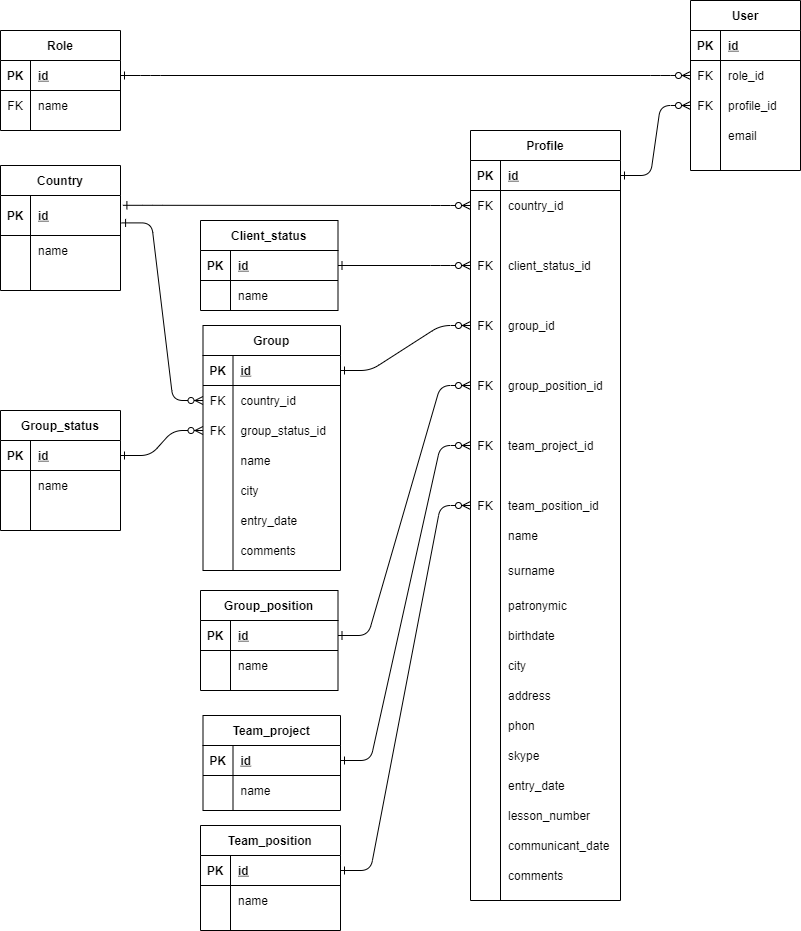
The draw.io diagram ER_ClientCRM.png in svslight/project_ClientCRM, before a commit. Source tidied: cells renumbered, new cells last; positions are measured from the earlier drawing's top-left corner, leaving out a move shared by most shapes.
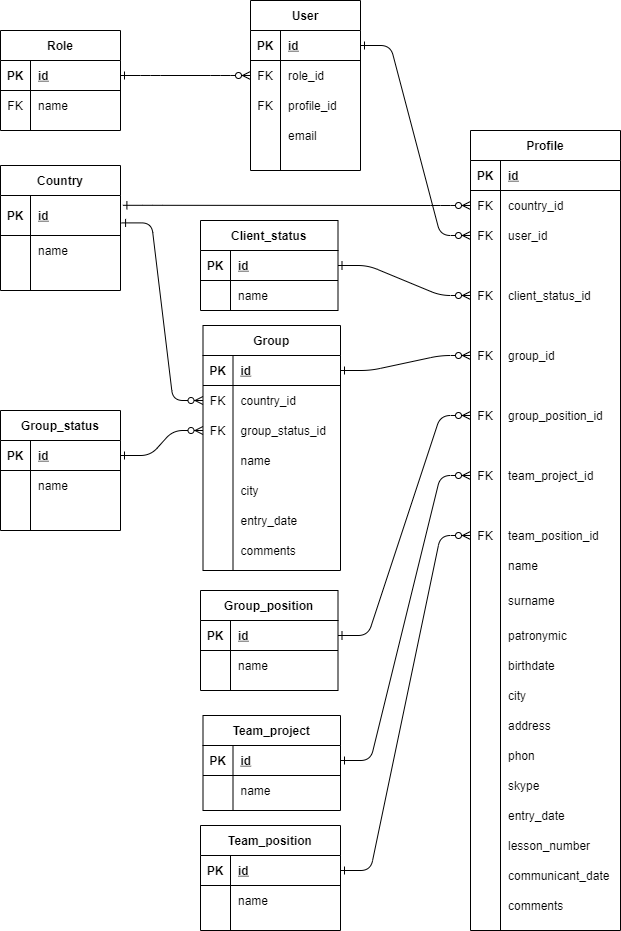
Later version of the same file.

Diff of the diagram source:
```diff
@@ -3,7 +3,7 @@
     <mxCell id="0" />
     <mxCell id="1" parent="0" />
     <mxCell id="2" value="Profile" style="shape=table;startSize=30;rowLines=0;fontStyle=1;align=center;" parent="1" vertex="1">
-      <mxGeometry x="470" y="130" width="150" height="770" as="geometry" />
+      <mxGeometry x="470" y="130" width="150" height="800" as="geometry" />
     </mxCell>
     <mxCell id="3" style="shape=partialRectangle;fillColor=none;points=[[0,0.5],[1,0.5]];portConstraint=eastwest;top=0;left=0;right=0;bottom=1;" parent="2" vertex="1">
       <mxGeometry y="30" width="150" height="30" as="geometry" />
@@ -23,8 +23,17 @@
     <mxCell id="8" value="country_id" style="shape=partialRectangle;overflow=hidden;fillColor=none;top=0;left=0;bottom=0;right=0;align=left;spacingLeft=6;" parent="6" vertex="1">
       <mxGeometry x="30" width="120" height="30" as="geometry" />
     </mxCell>
+    <mxCell id="169" style="shape=partialRectangle;fillColor=none;points=[[0,0.5],[1,0.5]];portConstraint=eastwest;top=0;left=0;right=0;bottom=0;" parent="2" vertex="1">
+      <mxGeometry y="90" width="150" height="30" as="geometry" />
+    </mxCell>
+    <mxCell id="170" value="FK" style="shape=partialRectangle;overflow=hidden;fillColor=none;top=0;left=0;bottom=0;right=0;" parent="169" vertex="1">
+      <mxGeometry width="30" height="30" as="geometry" />
+    </mxCell>
+    <mxCell id="171" value="user_id" style="shape=partialRectangle;overflow=hidden;fillColor=none;top=0;left=0;bottom=0;right=0;align=left;spacingLeft=6;" parent="169" vertex="1">
+      <mxGeometry x="30" width="120" height="30" as="geometry" />
+    </mxCell>
     <mxCell id="9" style="shape=partialRectangle;fillColor=none;top=0;left=0;right=0;bottom=0;" parent="2" vertex="1">
-      <mxGeometry y="90" width="150" height="30" as="geometry" />
+      <mxGeometry y="120" width="150" height="30" as="geometry" />
     </mxCell>
     <mxCell id="10" style="shape=partialRectangle;overflow=hidden;fillColor=none;top=0;left=0;bottom=0;right=0;" parent="9" vertex="1">
       <mxGeometry width="30" height="30" as="geometry" />
@@ -33,7 +42,7 @@
       <mxGeometry x="30" width="120" height="30" as="geometry" />
     </mxCell>
     <mxCell id="12" style="shape=partialRectangle;fillColor=none;points=[[0,0.5],[1,0.5]];portConstraint=eastwest;top=0;left=0;right=0;bottom=0;" parent="2" vertex="1">
-      <mxGeometry y="120" width="150" height="30" as="geometry" />
+      <mxGeometry y="150" width="150" height="30" as="geometry" />
     </mxCell>
     <mxCell id="13" value="FK" style="shape=partialRectangle;overflow=hidden;fillColor=none;top=0;left=0;bottom=0;right=0;" parent="12" vertex="1">
       <mxGeometry width="30" height="30" as="geometry" />
@@ -42,7 +51,7 @@
       <mxGeometry x="30" width="120" height="30" as="geometry" />
     </mxCell>
     <mxCell id="15" style="shape=partialRectangle;fillColor=none;top=0;left=0;right=0;bottom=0;" parent="2" vertex="1">
-      <mxGeometry y="150" width="150" height="30" as="geometry" />
+      <mxGeometry y="180" width="150" height="30" as="geometry" />
     </mxCell>
     <mxCell id="16" style="shape=partialRectangle;overflow=hidden;fillColor=none;top=0;left=0;bottom=0;right=0;" parent="15" vertex="1">
       <mxGeometry width="30" height="30" as="geometry" />
@@ -51,7 +60,7 @@
       <mxGeometry x="30" width="120" height="30" as="geometry" />
     </mxCell>
     <mxCell id="18" style="shape=partialRectangle;fillColor=none;points=[[0,0.5],[1,0.5]];portConstraint=eastwest;top=0;left=0;right=0;bottom=0;" parent="2" vertex="1">
-      <mxGeometry y="180" width="150" height="30" as="geometry" />
+      <mxGeometry y="210" width="150" height="30" as="geometry" />
     </mxCell>
     <mxCell id="19" value="FK" style="shape=partialRectangle;overflow=hidden;fillColor=none;top=0;left=0;bottom=0;right=0;" parent="18" vertex="1">
       <mxGeometry width="30" height="30" as="geometry" />
@@ -60,7 +69,7 @@
       <mxGeometry x="30" width="120" height="30" as="geometry" />
     </mxCell>
     <mxCell id="21" style="shape=partialRectangle;fillColor=none;top=0;left=0;right=0;bottom=0;" parent="2" vertex="1">
-      <mxGeometry y="210" width="150" height="30" as="geometry" />
+      <mxGeometry y="240" width="150" height="30" as="geometry" />
     </mxCell>
     <mxCell id="22" style="shape=partialRectangle;overflow=hidden;fillColor=none;top=0;left=0;bottom=0;right=0;" parent="21" vertex="1">
       <mxGeometry width="30" height="30" as="geometry" />
@@ -69,7 +78,7 @@
       <mxGeometry x="30" width="120" height="30" as="geometry" />
     </mxCell>
     <mxCell id="24" style="shape=partialRectangle;fillColor=none;points=[[0,0.5],[1,0.5]];portConstraint=eastwest;top=0;left=0;right=0;bottom=0;" parent="2" vertex="1">
-      <mxGeometry y="240" width="150" height="30" as="geometry" />
+      <mxGeometry y="270" width="150" height="30" as="geometry" />
     </mxCell>
     <mxCell id="25" value="FK" style="shape=partialRectangle;overflow=hidden;fillColor=none;top=0;left=0;bottom=0;right=0;" parent="24" vertex="1">
       <mxGeometry width="30" height="30" as="geometry" />
@@ -78,7 +87,7 @@
       <mxGeometry x="30" width="120" height="30" as="geometry" />
     </mxCell>
     <mxCell id="27" style="shape=partialRectangle;fillColor=none;top=0;left=0;right=0;bottom=0;" parent="2" vertex="1">
-      <mxGeometry y="270" width="150" height="30" as="geometry" />
+      <mxGeometry y="300" width="150" height="30" as="geometry" />
     </mxCell>
     <mxCell id="28" style="shape=partialRectangle;overflow=hidden;fillColor=none;top=0;left=0;bottom=0;right=0;" parent="27" vertex="1">
       <mxGeometry width="30" height="30" as="geometry" />
@@ -87,7 +96,7 @@
       <mxGeometry x="30" width="120" height="30" as="geometry" />
     </mxCell>
     <mxCell id="30" style="shape=partialRectangle;fillColor=none;points=[[0,0.5],[1,0.5]];portConstraint=eastwest;top=0;left=0;right=0;bottom=0;" parent="2" vertex="1">
-      <mxGeometry y="300" width="150" height="30" as="geometry" />
+      <mxGeometry y="330" width="150" height="30" as="geometry" />
     </mxCell>
     <mxCell id="31" value="FK" style="shape=partialRectangle;overflow=hidden;fillColor=none;top=0;left=0;bottom=0;right=0;" parent="30" vertex="1">
       <mxGeometry width="30" height="30" as="geometry" />
@@ -96,7 +105,7 @@
       <mxGeometry x="30" width="120" height="30" as="geometry" />
     </mxCell>
     <mxCell id="33" style="shape=partialRectangle;fillColor=none;top=0;left=0;right=0;bottom=0;" parent="2" vertex="1">
-      <mxGeometry y="330" width="150" height="30" as="geometry" />
+      <mxGeometry y="360" width="150" height="30" as="geometry" />
     </mxCell>
     <mxCell id="34" style="shape=partialRectangle;overflow=hidden;fillColor=none;top=0;left=0;bottom=0;right=0;" parent="33" vertex="1">
       <mxGeometry width="30" height="30" as="geometry" />
@@ -105,7 +114,7 @@
       <mxGeometry x="30" width="120" height="30" as="geometry" />
     </mxCell>
     <mxCell id="36" style="shape=partialRectangle;fillColor=none;points=[[0,0.5],[1,0.5]];portConstraint=eastwest;top=0;left=0;right=0;bottom=0;" parent="2" vertex="1">
-      <mxGeometry y="360" width="150" height="30" as="geometry" />
+      <mxGeometry y="390" width="150" height="30" as="geometry" />
     </mxCell>
     <mxCell id="37" value="FK" style="shape=partialRectangle;overflow=hidden;fillColor=none;top=0;left=0;bottom=0;right=0;" parent="36" vertex="1">
       <mxGeometry width="30" height="30" as="geometry" />
@@ -114,7 +123,7 @@
       <mxGeometry x="30" width="120" height="30" as="geometry" />
     </mxCell>
     <mxCell id="39" style="shape=partialRectangle;fillColor=none;top=0;left=0;right=0;bottom=0;" parent="2" vertex="1">
-      <mxGeometry y="390" width="150" height="30" as="geometry" />
+      <mxGeometry y="420" width="150" height="30" as="geometry" />
     </mxCell>
     <mxCell id="40" style="shape=partialRectangle;overflow=hidden;fillColor=none;top=0;left=0;bottom=0;right=0;" parent="39" vertex="1">
       <mxGeometry width="30" height="30" as="geometry" />
@@ -123,7 +132,7 @@
       <mxGeometry x="30" width="120" height="30" as="geometry" />
     </mxCell>
     <mxCell id="42" style="shape=partialRectangle;fillColor=none;top=0;left=0;right=0;bottom=0;" parent="2" vertex="1">
-      <mxGeometry y="420" width="150" height="40" as="geometry" />
+      <mxGeometry y="450" width="150" height="40" as="geometry" />
     </mxCell>
     <mxCell id="43" style="shape=partialRectangle;overflow=hidden;fillColor=none;top=0;left=0;bottom=0;right=0;" parent="42" vertex="1">
       <mxGeometry width="30" height="40" as="geometry" />
@@ -132,7 +141,7 @@
       <mxGeometry x="30" width="120" height="40" as="geometry" />
     </mxCell>
     <mxCell id="45" style="shape=partialRectangle;fillColor=none;top=0;left=0;right=0;bottom=0;" parent="2" vertex="1">
-      <mxGeometry y="460" width="150" height="30" as="geometry" />
+      <mxGeometry y="490" width="150" height="30" as="geometry" />
     </mxCell>
     <mxCell id="46" style="shape=partialRectangle;overflow=hidden;fillColor=none;top=0;left=0;bottom=0;right=0;" parent="45" vertex="1">
       <mxGeometry width="30" height="30" as="geometry" />
@@ -141,7 +150,7 @@
       <mxGeometry x="30" width="120" height="30" as="geometry" />
     </mxCell>
     <mxCell id="48" style="shape=partialRectangle;fillColor=none;top=0;left=0;right=0;bottom=0;" parent="2" vertex="1">
-      <mxGeometry y="490" width="150" height="30" as="geometry" />
+      <mxGeometry y="520" width="150" height="30" as="geometry" />
     </mxCell>
     <mxCell id="49" style="shape=partialRectangle;overflow=hidden;fillColor=none;top=0;left=0;bottom=0;right=0;" parent="48" vertex="1">
       <mxGeometry width="30" height="30" as="geometry" />
@@ -150,7 +159,7 @@
       <mxGeometry x="30" width="120" height="30" as="geometry" />
     </mxCell>
     <mxCell id="51" style="shape=partialRectangle;fillColor=none;top=0;left=0;right=0;bottom=0;" parent="2" vertex="1">
-      <mxGeometry y="520" width="150" height="30" as="geometry" />
+      <mxGeometry y="550" width="150" height="30" as="geometry" />
     </mxCell>
     <mxCell id="52" style="shape=partialRectangle;overflow=hidden;fillColor=none;top=0;left=0;bottom=0;right=0;" parent="51" vertex="1">
       <mxGeometry width="30" height="30" as="geometry" />
@@ -159,7 +168,7 @@
       <mxGeometry x="30" width="120" height="30" as="geometry" />
     </mxCell>
     <mxCell id="54" style="shape=partialRectangle;fillColor=none;top=0;left=0;right=0;bottom=0;" parent="2" vertex="1">
-      <mxGeometry y="550" width="150" height="30" as="geometry" />
+      <mxGeometry y="580" width="150" height="30" as="geometry" />
     </mxCell>
     <mxCell id="55" style="shape=partialRectangle;overflow=hidden;fillColor=none;top=0;left=0;bottom=0;right=0;" parent="54" vertex="1">
       <mxGeometry width="30" height="30" as="geometry" />
@@ -168,7 +177,7 @@
       <mxGeometry x="30" width="120" height="30" as="geometry" />
     </mxCell>
     <mxCell id="57" style="shape=partialRectangle;fillColor=none;top=0;left=0;right=0;bottom=0;" parent="2" vertex="1">
-      <mxGeometry y="580" width="150" height="30" as="geometry" />
+      <mxGeometry y="610" width="150" height="30" as="geometry" />
     </mxCell>
     <mxCell id="58" style="shape=partialRectangle;overflow=hidden;fillColor=none;top=0;left=0;bottom=0;right=0;" parent="57" vertex="1">
       <mxGeometry width="30" height="30" as="geometry" />
@@ -177,7 +186,7 @@
       <mxGeometry x="30" width="120" height="30" as="geometry" />
     </mxCell>
     <mxCell id="60" style="shape=partialRectangle;fillColor=none;top=0;left=0;right=0;bottom=0;" parent="2" vertex="1">
-      <mxGeometry y="610" width="150" height="30" as="geometry" />
+      <mxGeometry y="640" width="150" height="30" as="geometry" />
     </mxCell>
     <mxCell id="61" style="shape=partialRectangle;overflow=hidden;fillColor=none;top=0;left=0;bottom=0;right=0;" parent="60" vertex="1">
       <mxGeometry width="30" height="30" as="geometry" />
@@ -186,7 +195,7 @@
       <mxGeometry x="30" width="120" height="30" as="geometry" />
     </mxCell>
     <mxCell id="63" style="shape=partialRectangle;fillColor=none;top=0;left=0;right=0;bottom=0;" parent="2" vertex="1">
-      <mxGeometry y="640" width="150" height="30" as="geometry" />
+      <mxGeometry y="670" width="150" height="30" as="geometry" />
     </mxCell>
     <mxCell id="64" style="shape=partialRectangle;overflow=hidden;fillColor=none;top=0;left=0;bottom=0;right=0;" parent="63" vertex="1">
       <mxGeometry width="30" height="30" as="geometry" />
@@ -195,7 +204,7 @@
       <mxGeometry x="30" width="120" height="30" as="geometry" />
     </mxCell>
     <mxCell id="66" style="shape=partialRectangle;fillColor=none;top=0;left=0;right=0;bottom=0;" parent="2" vertex="1">
-      <mxGeometry y="670" width="150" height="30" as="geometry" />
+      <mxGeometry y="700" width="150" height="30" as="geometry" />
     </mxCell>
     <mxCell id="67" style="shape=partialRectangle;overflow=hidden;fillColor=none;top=0;left=0;bottom=0;right=0;" parent="66" vertex="1">
       <mxGeometry width="30" height="30" as="geometry" />
@@ -204,7 +213,7 @@
       <mxGeometry x="30" width="120" height="30" as="geometry" />
     </mxCell>
     <mxCell id="69" style="shape=partialRectangle;fillColor=none;top=0;left=0;right=0;bottom=0;" parent="2" vertex="1">
-      <mxGeometry y="700" width="150" height="30" as="geometry" />
+      <mxGeometry y="730" width="150" height="30" as="geometry" />
     </mxCell>
     <mxCell id="70" style="shape=partialRectangle;overflow=hidden;fillColor=none;top=0;left=0;bottom=0;right=0;" parent="69" vertex="1">
       <mxGeometry width="30" height="30" as="geometry" />
@@ -213,7 +222,7 @@
       <mxGeometry x="30" width="120" height="30" as="geometry" />
     </mxCell>
     <mxCell id="72" style="shape=partialRectangle;fillColor=none;top=0;left=0;right=0;bottom=0;" parent="2" vertex="1">
-      <mxGeometry y="730" width="150" height="30" as="geometry" />
+      <mxGeometry y="760" width="150" height="30" as="geometry" />
     </mxCell>
     <mxCell id="73" style="shape=partialRectangle;overflow=hidden;fillColor=none;top=0;left=0;bottom=0;right=0;" parent="72" vertex="1">
       <mxGeometry width="30" height="30" as="geometry" />
@@ -222,7 +231,7 @@
       <mxGeometry x="30" width="120" height="30" as="geometry" />
     </mxCell>
     <mxCell id="75" value="User" style="shape=table;startSize=30;rowLines=0;fontStyle=1;align=center;" parent="1" vertex="1">
-      <mxGeometry x="690" width="110" height="170" as="geometry" />
+      <mxGeometry x="250" width="110" height="170" as="geometry" />
     </mxCell>
     <mxCell id="76" style="shape=partialRectangle;fillColor=none;points=[[0,0.5],[1,0.5]];portConstraint=eastwest;top=0;left=0;right=0;bottom=1;" parent="75" vertex="1">
       <mxGeometry y="30" width="110" height="30" as="geometry" />
@@ -500,8 +509,8 @@
     <mxCell id="167" style="edgeStyle=entityRelationEdgeStyle;endArrow=ERzeroToMany;startArrow=ERone;endFill=1;startFill=0;entryX=0;entryY=0.5;entryDx=0;entryDy=0;exitX=1.02;exitY=0.245;exitDx=0;exitDy=0;exitPerimeter=0;" parent="1" edge="1" source="119" target="6">
       <mxGeometry relative="1" as="geometry" />
     </mxCell>
-    <mxCell id="168" style="edgeStyle=entityRelationEdgeStyle;endArrow=ERzeroToMany;startArrow=ERone;endFill=1;startFill=0;exitX=1;exitY=0.5;exitDx=0;exitDy=0;entryX=0;entryY=0.5;entryDx=0;entryDy=0;" parent="1" edge="1" source="3" target="82">
-      <mxGeometry relative="1" as="geometry" />
-    </mxCell>
+    <mxCell id="172" style="edgeStyle=entityRelationEdgeStyle;endArrow=ERzeroToMany;startArrow=ERone;endFill=1;startFill=0;exitX=1;exitY=0.5;exitDx=0;exitDy=0;entryX=0;entryY=0.5;entryDx=0;entryDy=0;" parent="1" edge="1" source="76" target="169">
+      <mxGeometry relative="1" as="geometry" />
+    </mxCell>
   </root>
 </mxGraphModel>
```
